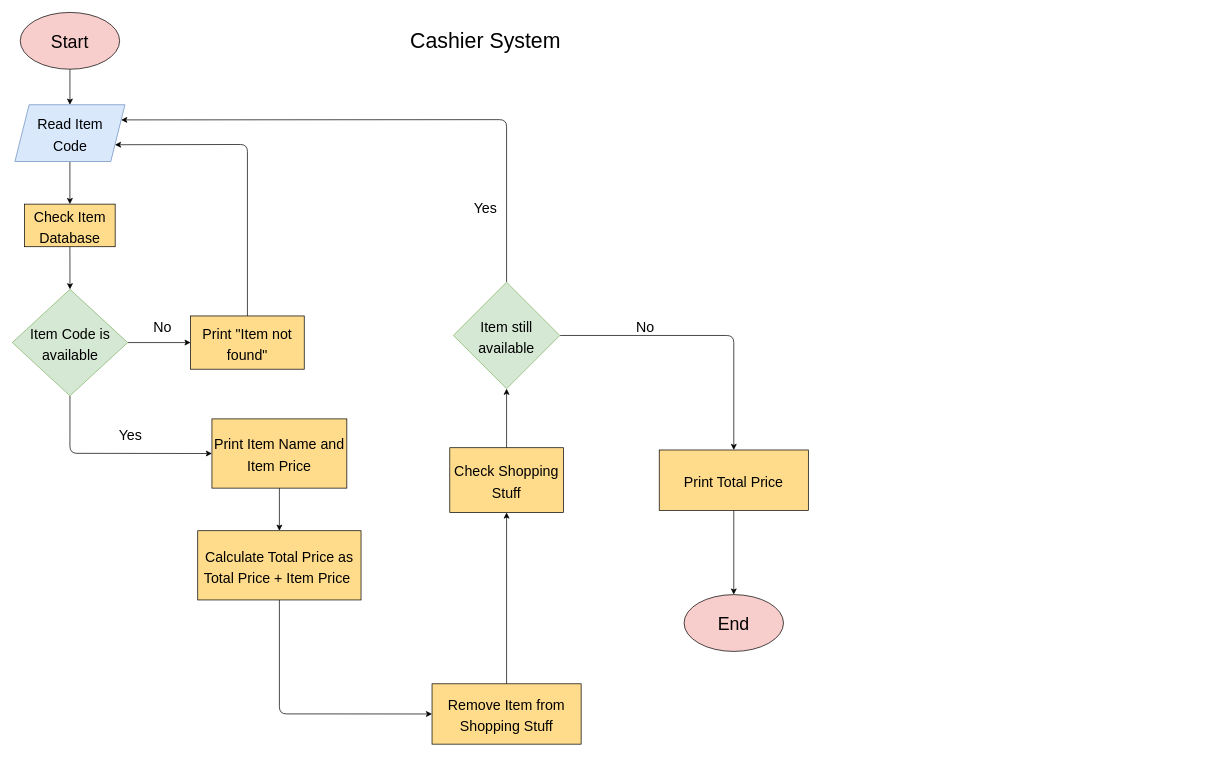
Before: flowchart.drawio in WantToBePro31/frederick_wijayadi_susilo-cashier_system, a draw.io diagram. Source tidied: cells renumbered, new cells numbered last; positions are measured from the earlier drawing's top-left corner, leaving out a move shared by most shapes. Both pictures are drawn from the tidied source at 71%, with x=0, y=0 at pixel (12, 12).
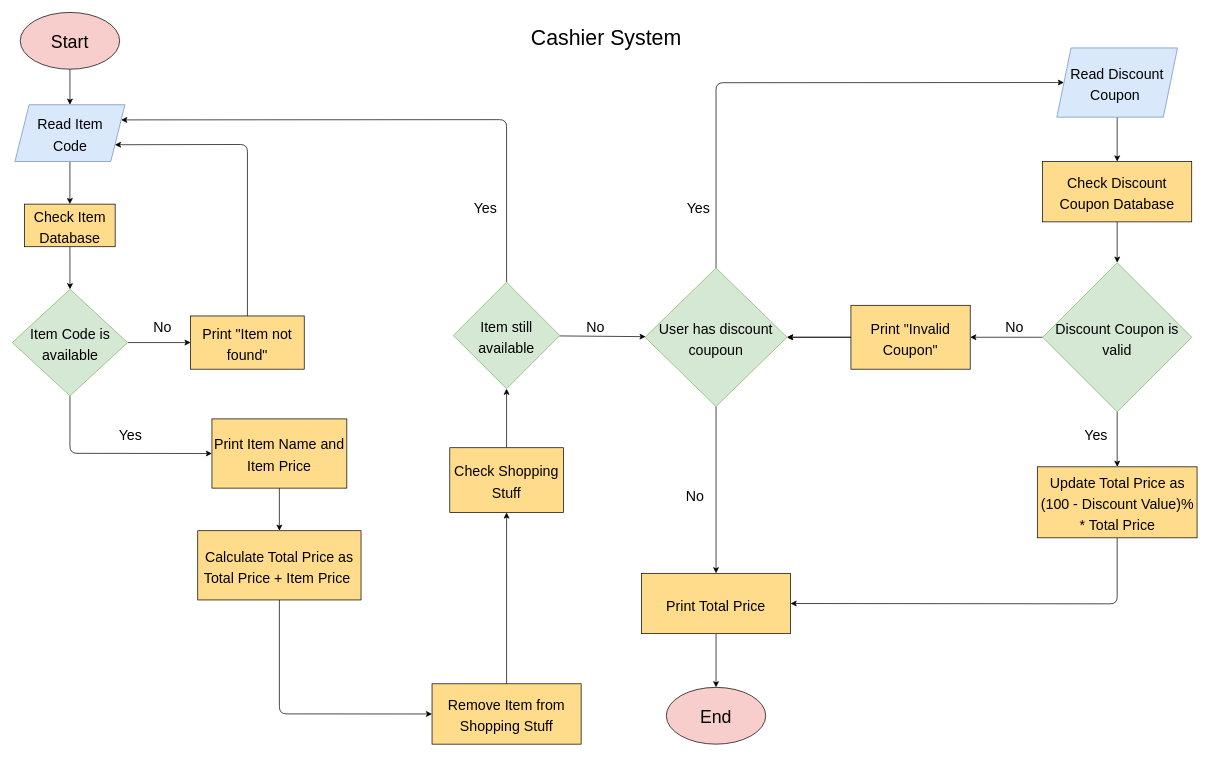
After the change.

Commit message:
feat: add discount coupon system flowchart

The change refers to these unchanged cells:
```xml
<mxCell id="21" value="&lt;font style=&quot;font-size: 20px&quot;&gt;Item still available&lt;/font&gt;" style="rhombus;whiteSpace=wrap;html=1;fontSize=25;fillColor=#d5e8d4;strokeColor=#82b366;fontColor=#000000;" parent="1" vertex="1">
  <mxGeometry x="621" y="380" width="150" height="150" as="geometry" />
</mxCell>
```

Change to the diagram source:
```diff
@@
-    <mxCell id="20" style="edgeStyle=none;html=1;entryX=0.5;entryY=0;entryDx=0;entryDy=0;strokeColor=#000000;" parent="1" edge="1" source="21" target="24">
-      <mxGeometry relative="1" as="geometry">
-        <Array as="points">
-          <mxPoint x="1016" y="455" />
-        </Array>
-      </mxGeometry>
-    </mxCell>
+    <mxCell id="32" style="edgeStyle=none;html=1;strokeColor=#000000;" parent="1" edge="1" source="21" target="35">
+      <mxGeometry relative="1" as="geometry" />
+    </mxCell>
@@
+    <mxCell id="33" style="edgeStyle=none;html=1;entryX=0.5;entryY=0;entryDx=0;entryDy=0;strokeColor=#000000;" parent="1" edge="1" source="35" target="24">
+      <mxGeometry relative="1" as="geometry" />
+    </mxCell>
+    <mxCell id="34" style="edgeStyle=none;html=1;entryX=0;entryY=0.5;entryDx=0;entryDy=0;fontSize=20;strokeColor=#000000;" parent="1" edge="1" source="35" target="40">
+      <mxGeometry relative="1" as="geometry">
+        <Array as="points">
+          <mxPoint x="991" y="99" />
+        </Array>
+      </mxGeometry>
+    </mxCell>
+    <mxCell id="35" value="&lt;span style=&quot;font-size: 20px&quot;&gt;User has discount coupoun&lt;/span&gt;" style="rhombus;whiteSpace=wrap;html=1;fontSize=25;fillColor=#d5e8d4;strokeColor=#82b366;fontColor=#000000;" parent="1" vertex="1">
+      <mxGeometry x="891" y="360" width="200" height="195" as="geometry" />
+    </mxCell>
@@
     <mxCell id="24" value="&lt;span style=&quot;font-size: 20px&quot;&gt;Print Total Price&lt;/span&gt;" style="whiteSpace=wrap;html=1;fontSize=25;fillColor=#FFDC8C;fontColor=#000000;" parent="1" vertex="1">
-      <mxGeometry x="911" y="616.3" width="210" height="85" as="geometry" />
+      <mxGeometry x="886" y="790" width="210" height="85" as="geometry" />
     </mxCell>
+    <mxCell id="36" value="&lt;font style=&quot;font-size: 20px&quot;&gt;No&lt;/font&gt;" style="text;html=1;align=center;verticalAlign=middle;strokeColor=none;fillColor=none;fontColor=#000000;" parent="1" vertex="1">
+      <mxGeometry x="941" y="670" width="40" height="20" as="geometry" />
+    </mxCell>
+    <mxCell id="37" style="edgeStyle=none;html=1;fontSize=20;strokeColor=#000000;" parent="1" edge="1" source="38" target="44">
+      <mxGeometry relative="1" as="geometry" />
+    </mxCell>
+    <mxCell id="38" value="&lt;span style=&quot;font-size: 20px&quot;&gt;Check Discount Coupon Database&lt;/span&gt;" style="whiteSpace=wrap;html=1;fontSize=25;fillColor=#FFDC8C;fontColor=#000000;" parent="1" vertex="1">
+      <mxGeometry x="1451" y="210" width="210" height="85" as="geometry" />
+    </mxCell>
+    <mxCell id="39" style="edgeStyle=none;html=1;entryX=0.5;entryY=0;entryDx=0;entryDy=0;fontSize=20;strokeColor=#000000;" parent="1" edge="1" source="40" target="38">
+      <mxGeometry relative="1" as="geometry" />
+    </mxCell>
+    <mxCell id="40" value="&lt;font color=&quot;#000000&quot;&gt;&lt;span style=&quot;font-size: 20px&quot;&gt;Read Discount Coupon&amp;nbsp;&lt;/span&gt;&lt;/font&gt;" style="shape=parallelogram;perimeter=parallelogramPerimeter;whiteSpace=wrap;html=1;fixedSize=1;fontSize=25;fillColor=#dae8fc;strokeColor=#6c8ebf;" parent="1" vertex="1">
+      <mxGeometry x="1471" y="50" width="170" height="97.5" as="geometry" />
+    </mxCell>
+    <mxCell id="41" value="&lt;font&gt;Yes&lt;/font&gt;" style="text;html=1;align=center;verticalAlign=middle;strokeColor=none;fillColor=none;fontSize=20;fontColor=#000000;" parent="1" vertex="1">
+      <mxGeometry x="941" y="260" width="50" height="30" as="geometry" />
+    </mxCell>
+    <mxCell id="42" style="edgeStyle=none;html=1;entryX=0.5;entryY=0;entryDx=0;entryDy=0;fontSize=20;strokeColor=#000000;" parent="1" edge="1" source="44" target="46">
+      <mxGeometry relative="1" as="geometry" />
+    </mxCell>
+    <mxCell id="43" style="edgeStyle=none;html=1;exitX=0;exitY=0.5;exitDx=0;exitDy=0;entryX=1;entryY=0.5;entryDx=0;entryDy=0;fontSize=20;strokeColor=#000000;" parent="1" edge="1" source="44" target="50">
+      <mxGeometry relative="1" as="geometry" />
+    </mxCell>
+    <mxCell id="44" value="&lt;font style=&quot;font-size: 20px&quot;&gt;Discount Coupon is valid&lt;/font&gt;" style="rhombus;whiteSpace=wrap;html=1;fontSize=25;fillColor=#d5e8d4;strokeColor=#82b366;fontColor=#000000;" parent="1" vertex="1">
+      <mxGeometry x="1451" y="352.5" width="210" height="210" as="geometry" />
+    </mxCell>
+    <mxCell id="45" style="edgeStyle=none;html=1;entryX=1;entryY=0.5;entryDx=0;entryDy=0;fontSize=20;strokeColor=#000000;" parent="1" edge="1" source="46" target="24">
+      <mxGeometry relative="1" as="geometry">
+        <Array as="points">
+          <mxPoint x="1556" y="833" />
+        </Array>
+      </mxGeometry>
+    </mxCell>
+    <mxCell id="46" value="&lt;span style=&quot;font-size: 20px&quot;&gt;Update Total Price as (100 - Discount Value)% * Total Price&lt;/span&gt;" style="whiteSpace=wrap;html=1;fontSize=25;fillColor=#FFDC8C;fontColor=#000000;" parent="1" vertex="1">
+      <mxGeometry x="1443.5" y="640" width="225" height="100" as="geometry" />
+    </mxCell>
+    <mxCell id="47" value="&lt;font&gt;Yes&lt;/font&gt;" style="text;html=1;align=center;verticalAlign=middle;strokeColor=none;fillColor=none;fontSize=20;fontColor=#000000;" parent="1" vertex="1">
+      <mxGeometry x="1501" y="580" width="50" height="30" as="geometry" />
+    </mxCell>
+    <mxCell id="48" style="edgeStyle=none;html=1;exitX=0;exitY=0.5;exitDx=0;exitDy=0;entryX=1;entryY=0.5;entryDx=0;entryDy=0;fontSize=20;" parent="1" edge="1" source="50" target="35">
+      <mxGeometry relative="1" as="geometry" />
+    </mxCell>
+    <mxCell id="49" style="edgeStyle=none;html=1;strokeColor=#000000;" parent="1" edge="1" source="50" target="35">
+      <mxGeometry relative="1" as="geometry" />
+    </mxCell>
+    <mxCell id="50" value="&lt;span style=&quot;font-size: 20px&quot;&gt;Print &quot;Invalid Coupon&quot;&lt;/span&gt;" style="whiteSpace=wrap;html=1;fontSize=25;fillColor=#FFDC8C;fontColor=#000000;" parent="1" vertex="1">
+      <mxGeometry x="1181" y="412.5" width="168" height="90" as="geometry" />
+    </mxCell>
+    <mxCell id="51" value="&lt;font style=&quot;font-size: 20px&quot;&gt;No&lt;/font&gt;" style="text;html=1;align=center;verticalAlign=middle;strokeColor=none;fillColor=none;fontColor=#000000;" parent="1" vertex="1">
+      <mxGeometry x="1391" y="432.5" width="40" height="20" as="geometry" />
+    </mxCell>
     <mxCell id="25" value="End" style="ellipse;whiteSpace=wrap;html=1;fillColor=#F8CECC;fontFamily=Helvetica;fontColor=#000000;fontSize=25;" parent="1" vertex="1">
-      <mxGeometry x="946" y="820" width="140" height="80" as="geometry" />
+      <mxGeometry x="921" y="950.6" width="140" height="80" as="geometry" />
     </mxCell>
@@
-    <mxCell id="28" value="&lt;font style=&quot;font-size: 20px&quot;&gt;No&lt;/font&gt;" style="text;html=1;align=center;verticalAlign=middle;strokeColor=none;fillColor=none;fontColor=#000000;" parent="1" vertex="1">
-      <mxGeometry x="871" y="432.5" width="40" height="20" as="geometry" />
-    </mxCell>
+    <mxCell id="52" value="&lt;font style=&quot;font-size: 20px&quot;&gt;No&lt;/font&gt;" style="text;html=1;align=center;verticalAlign=middle;strokeColor=none;fillColor=none;fontColor=#000000;" parent="1" vertex="1">
+      <mxGeometry x="801" y="432.5" width="40" height="20" as="geometry" />
+    </mxCell>
+    <mxCell id="31" value="&lt;font style=&quot;font-size: 30px&quot;&gt;Cashier System&lt;/font&gt;" style="text;html=1;align=center;verticalAlign=middle;strokeColor=none;fillColor=none;fontColor=#000000;" parent="1" vertex="1">
+      <mxGeometry x="721" y="20" width="230" height="30" as="geometry" />
+    </mxCell>
@@
-    <mxCell id="31" value="&lt;font style=&quot;font-size: 30px&quot;&gt;Cashier System&lt;/font&gt;" style="text;html=1;align=center;verticalAlign=middle;strokeColor=none;fillColor=none;fontColor=#000000;" parent="1" vertex="1">
-      <mxGeometry x="551" y="25" width="230" height="30" as="geometry" />
-    </mxCell>
```
